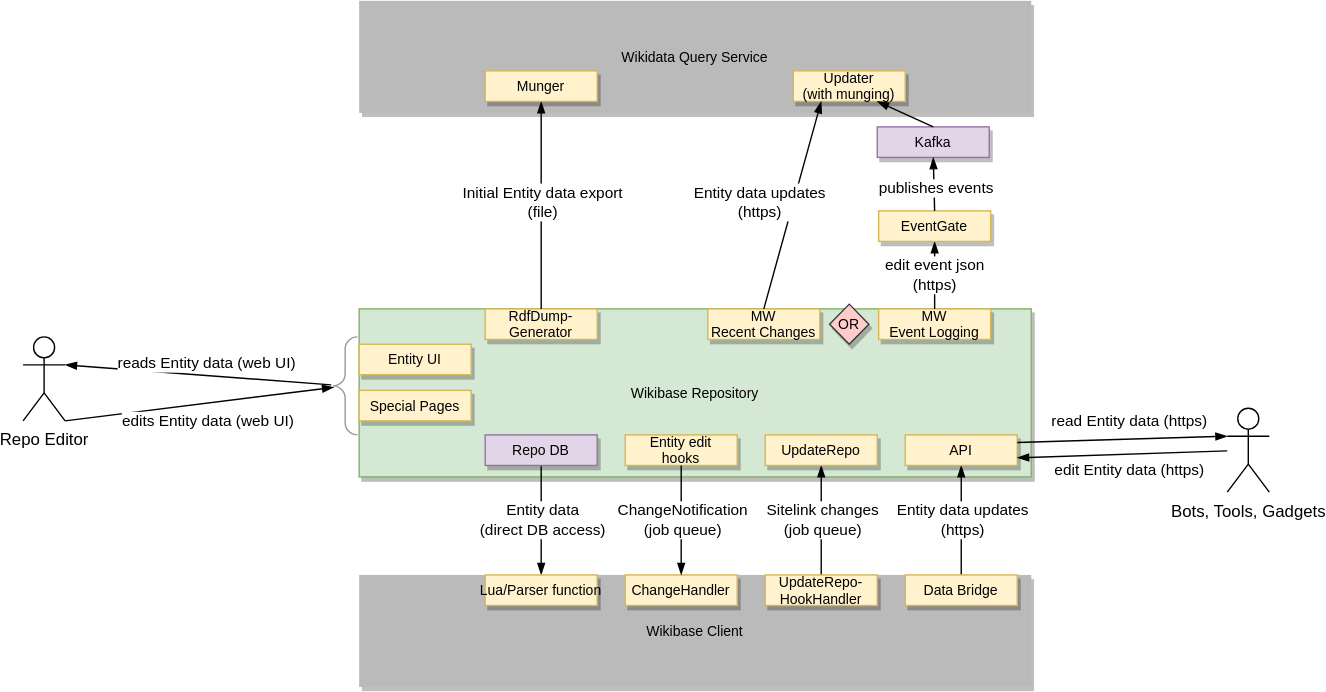
wmde/wikidata-wikibase-architecture keeps this draw.io diagram as systems/WikibaseRepo/diagrams/03-technical-context.drawio.svg. Above is the earlier version. Source tidied: cells renumbered, new cells last; positions are measured from the earlier drawing's top-left corner, leaving out a move shared by most shapes.
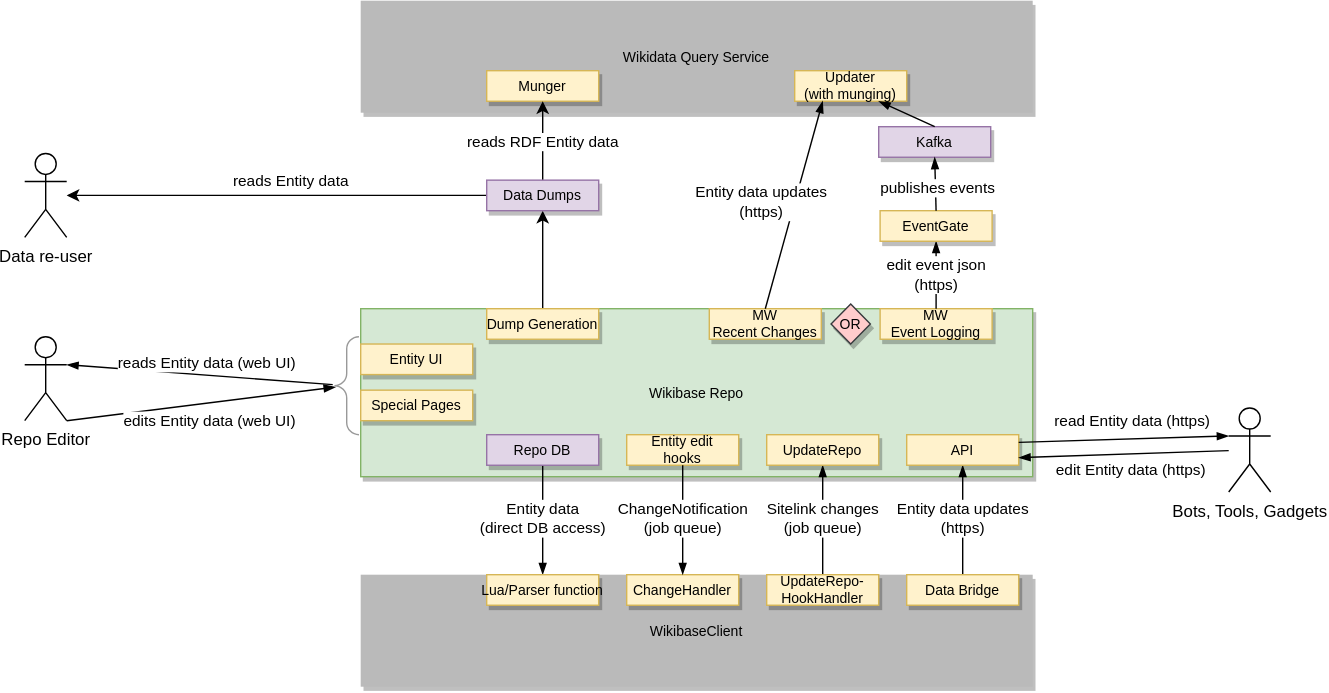
Above is the later version.

Commit message:
Repo: Add Dump Generation (#130)

Change to the diagram source:
```diff
@@ -108,17 +108,12 @@
     <mxCell id="31" value="Wikidata Query Service" style="rounded=0;shadow=1;fontSize=10;fontColor=#000000;strokeColor=none;direction=west;fillColor=#BABABA;" parent="1" vertex="1">
       <mxGeometry x="240" width="480" height="80" as="geometry" />
     </mxCell>
+    <mxCell id="50" style="edgeStyle=orthogonalEdgeStyle;rounded=0;jettySize=auto;html=1;entryX=0.5;entryY=0;entryDx=0;entryDy=0;" parent="1" edge="1" source="32" target="53">
+      <mxGeometry relative="1" as="geometry" />
+    </mxCell>
-    <mxCell id="32" value="RdfDump-&#10;Generator" style="rounded=0;shadow=1;fontSize=10;strokeColor=#d6b656;direction=west;fillColor=#fff2cc;" parent="1" vertex="1">
+    <mxCell id="32" value="Dump Generation" style="rounded=0;shadow=1;fontSize=10;strokeColor=#d6b656;direction=west;fillColor=#fff2cc;" parent="1" vertex="1">
       <mxGeometry x="330" y="220" width="80" height="21.8" as="geometry" />
     </mxCell>
-    <mxCell id="33" style="rounded=0;jettySize=auto;html=1;endArrow=blockThin;endFill=1;entryX=0.5;entryY=0;entryDx=0;entryDy=0;exitX=0.5;exitY=1;exitDx=0;exitDy=0;" parent="1" edge="1" source="32" target="35">
-      <mxGeometry relative="1" as="geometry" />
-    </mxCell>
-    <mxCell id="34" value="Initial Entity data export&lt;br&gt;(file)" style="edgeLabel;html=1;align=center;verticalAlign=middle;" parent="33" vertex="1">
-      <mxGeometry x="0.2" relative="1" as="geometry">
-        <mxPoint x="0.2" y="12.5" as="offset" />
-      </mxGeometry>
-    </mxCell>
     <mxCell id="35" value="Munger" style="rounded=0;shadow=1;fontSize=10;strokeColor=#d6b656;direction=west;fillColor=#fff2cc;" parent="1" vertex="1">
       <mxGeometry x="330" y="50" width="80" height="21.8" as="geometry" />
     </mxCell>
@@ -166,5 +161,23 @@
     <mxCell id="49" style="labelPosition=right;align=left;strokeWidth=1;shape=mxgraph.mockup.markup.curlyBrace;html=1;shadow=0;dashed=0;strokeColor=#999999;direction=north;" parent="1" vertex="1">
       <mxGeometry x="220" y="240" width="20" height="70" as="geometry" />
     </mxCell>
+    <mxCell id="51" style="edgeStyle=orthogonalEdgeStyle;rounded=0;jettySize=auto;html=1;entryX=0.5;entryY=0;entryDx=0;entryDy=0;" parent="1" edge="1" source="53" target="35">
+      <mxGeometry relative="1" as="geometry" />
+    </mxCell>
+    <mxCell id="52" style="edgeStyle=orthogonalEdgeStyle;rounded=0;jettySize=auto;html=1;" parent="1" edge="1" source="53" target="54">
+      <mxGeometry relative="1" as="geometry" />
+    </mxCell>
+    <mxCell id="53" value="Data Dumps" style="rounded=0;shadow=1;fontSize=10;strokeColor=#9673a6;direction=west;fillColor=#e1d5e7;" parent="1" vertex="1">
+      <mxGeometry x="330" y="128.2" width="80" height="21.8" as="geometry" />
+    </mxCell>
+    <mxCell id="54" value="Data re-user" style="shape=umlActor;verticalLabelPosition=bottom;verticalAlign=top;html=1;outlineConnect=0;" parent="1" vertex="1">
+      <mxGeometry y="109.1" width="30" height="60" as="geometry" />
+    </mxCell>
+    <mxCell id="55" value="reads Entity data" style="edgeLabel;html=1;align=center;verticalAlign=middle;" parent="1" vertex="1">
+      <mxGeometry x="190" y="128.2" as="geometry" />
+    </mxCell>
+    <mxCell id="56" value="reads RDF Entity data" style="edgeLabel;html=1;align=center;verticalAlign=middle;" parent="1" vertex="1">
+      <mxGeometry x="370" y="100.9" as="geometry" />
+    </mxCell>
   </root>
 </mxGraphModel>
```
